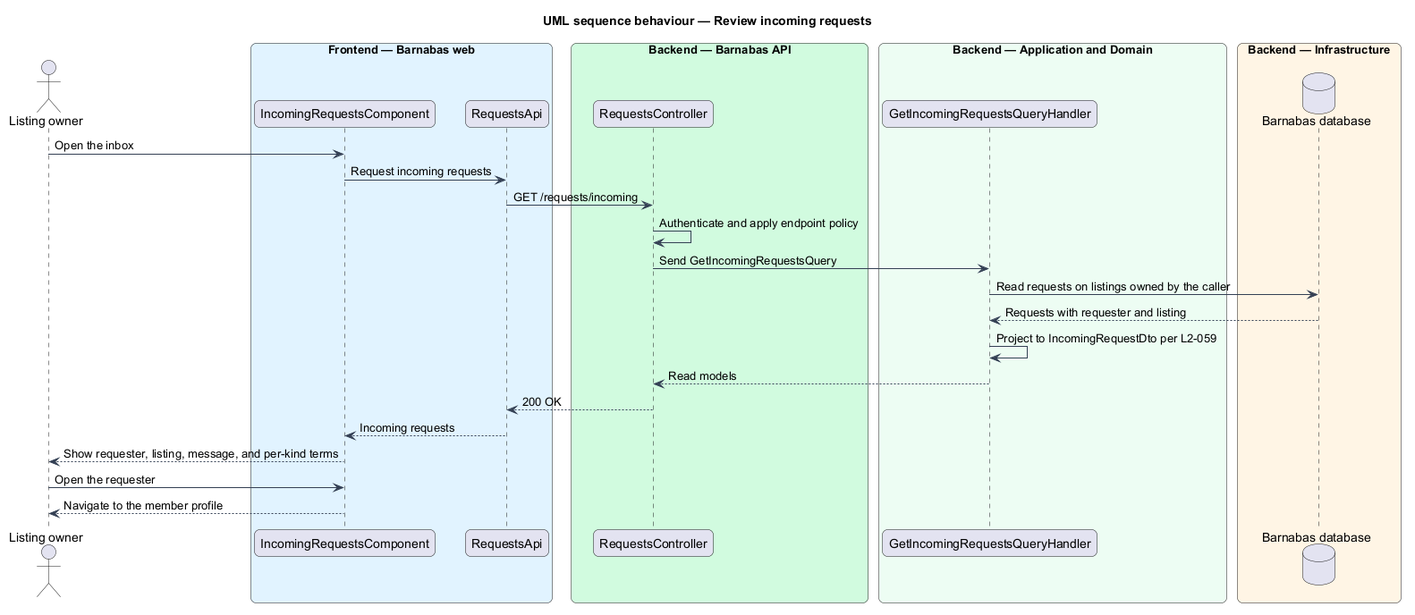
The PlantUML diagram docs/detailed-designs/requests/review-incoming-requests/diagrams/sequence-review.png in QuinntyneBrown/Barnabas, before a commit. The source it was exported from:
```plantuml
@startuml
title UML sequence behaviour — Review incoming requests
skinparam backgroundColor #FFFFFF
skinparam shadowing false
skinparam roundcorner 12
skinparam defaultFontName Arial
skinparam ArrowColor #344054
skinparam rectangle {
  BorderColor #344054
  FontColor #101828
}
skinparam package {
  BorderColor #667085
  FontColor #101828
  BackgroundColor #F9FAFB
}
actor "Listing owner" as actor
box "Frontend — Barnabas web" #E0F2FE
  participant "IncomingRequestsComponent" as page
  participant "RequestsApi" as client
end box
box "Backend — Barnabas API" #D1FADF
  participant "RequestsController" as controller
end box
box "Backend — Application and Domain" #ECFDF3
  participant "GetIncomingRequestsQueryHandler" as handler
end box
box "Backend — Infrastructure" #FFF4E5
  database "Barnabas database" as db
end box

actor -> page : Open the inbox
page -> client : Request incoming requests
client -> controller : GET /requests/incoming
controller -> controller : Authenticate and apply endpoint policy
controller -> handler : Send GetIncomingRequestsQuery
handler -> db : Read requests on listings owned by the caller
db --> handler : Requests with requester and listing
handler -> handler : Project to IncomingRequestDto per L2-059
handler --> controller : Read models
controller --> client : 200 OK
client --> page : Incoming requests
page --> actor : Show requester, listing, message, and per-kind terms
actor -> page : Open the requester
page --> actor : Navigate to the member profile
@enduml
```
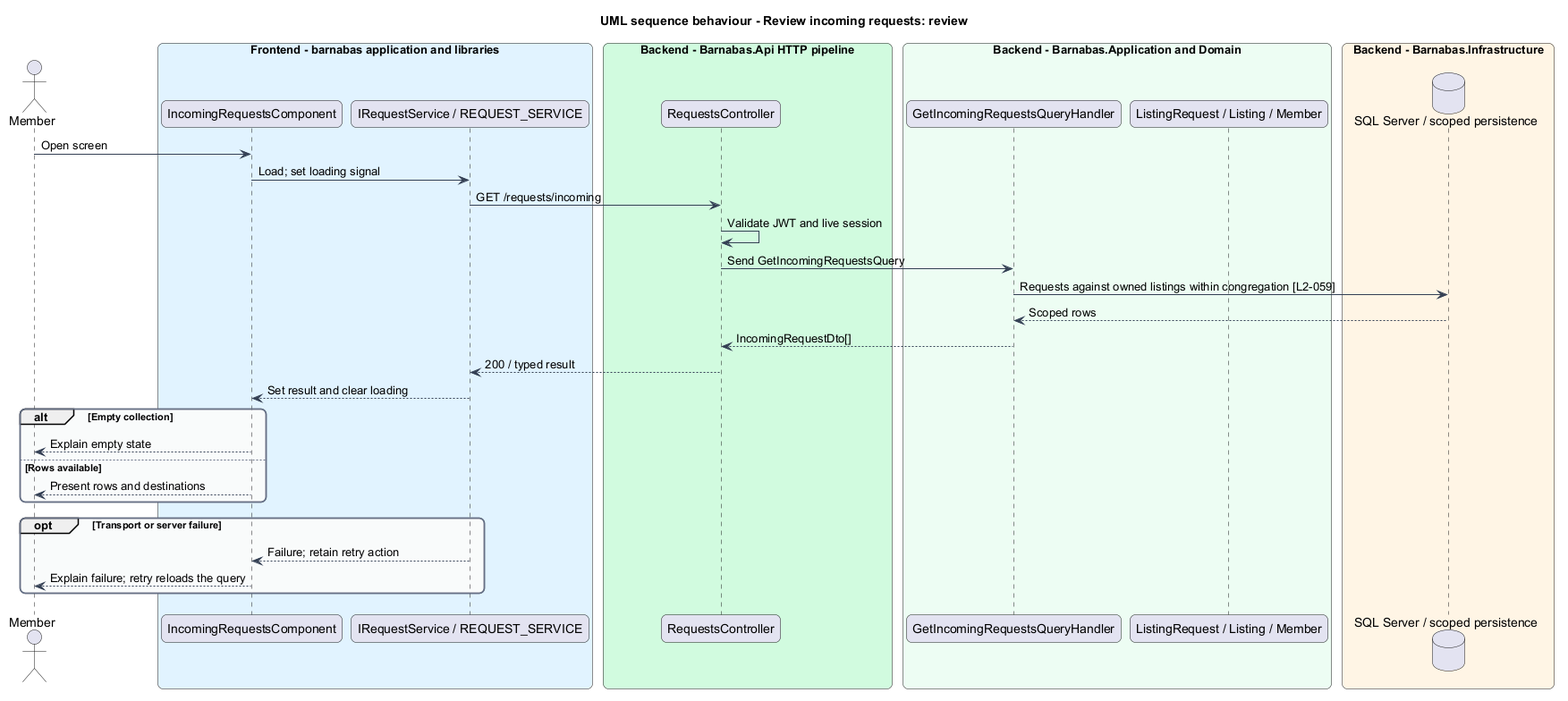
After the commit.

The edit, as a diff of the source:
```diff
@@ -1,5 +1,5 @@
 @startuml
-title UML sequence behaviour — Review incoming requests
+title UML sequence behaviour - Review incoming requests: review
 skinparam backgroundColor #FFFFFF
 skinparam shadowing false
 skinparam roundcorner 12
@@ -14,33 +14,38 @@
   FontColor #101828
   BackgroundColor #F9FAFB
 }
-actor "Listing owner" as actor
-box "Frontend — Barnabas web" #E0F2FE
+actor "Member" as actor
+box "Frontend - barnabas application and libraries" #E0F2FE
   participant "IncomingRequestsComponent" as page
-  participant "RequestsApi" as client
+  participant "IRequestService / REQUEST_SERVICE" as client
 end box
-box "Backend — Barnabas API" #D1FADF
-  participant "RequestsController" as controller
+box "Backend - Barnabas.Api HTTP pipeline" #D1FADF
+  participant "RequestsController" as api
 end box
-box "Backend — Application and Domain" #ECFDF3
+box "Backend - Barnabas.Application and Domain" #ECFDF3
   participant "GetIncomingRequestsQueryHandler" as handler
+  participant "ListingRequest / Listing / Member" as entity
 end box
-box "Backend — Infrastructure" #FFF4E5
-  database "Barnabas database" as db
+box "Backend - Barnabas.Infrastructure" #FFF4E5
+  database "SQL Server / scoped persistence" as db
 end box
-
-actor -> page : Open the inbox
-page -> client : Request incoming requests
-client -> controller : GET /requests/incoming
-controller -> controller : Authenticate and apply endpoint policy
-controller -> handler : Send GetIncomingRequestsQuery
-handler -> db : Read requests on listings owned by the caller
-db --> handler : Requests with requester and listing
-handler -> handler : Project to IncomingRequestDto per L2-059
-handler --> controller : Read models
-controller --> client : 200 OK
-client --> page : Incoming requests
-page --> actor : Show requester, listing, message, and per-kind terms
-actor -> page : Open the requester
-page --> actor : Navigate to the member profile
+actor -> page : Open screen
+page -> client : Load; set loading signal
+client -> api : GET /requests/incoming
+api -> api : Validate JWT and live session
+api -> handler : Send GetIncomingRequestsQuery
+handler -> db : Requests against owned listings within congregation [L2-059]
+db --> handler : Scoped rows
+handler --> api : IncomingRequestDto[]
+api --> client : 200 / typed result
+client --> page : Set result and clear loading
+alt Empty collection
+  page --> actor : Explain empty state
+else Rows available
+  page --> actor : Present rows and destinations
+end
+opt Transport or server failure
+  client --> page : Failure; retain retry action
+  page --> actor : Explain failure; retry reloads the query
+end
 @enduml
```
